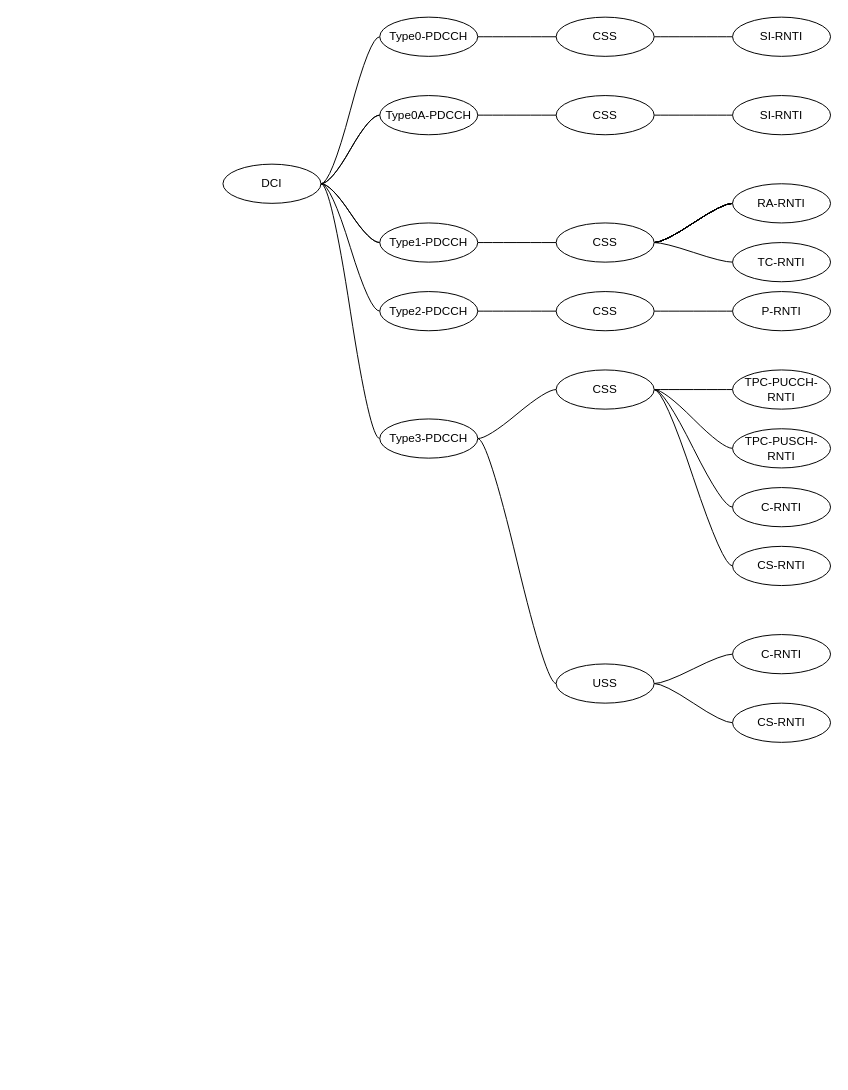
This is page "DCI" (9 of 15) of 1.drawio from wubobupt/drawio, a draw.io file, before an edit. Source tidied: cells renumbered, new cells numbered last; positions are measured from the earlier drawing's top-left corner, leaving out a move shared by most shapes. Both pictures are drawn from the tidied source at 98%, with x=0, y=0 at pixel (222, 17).
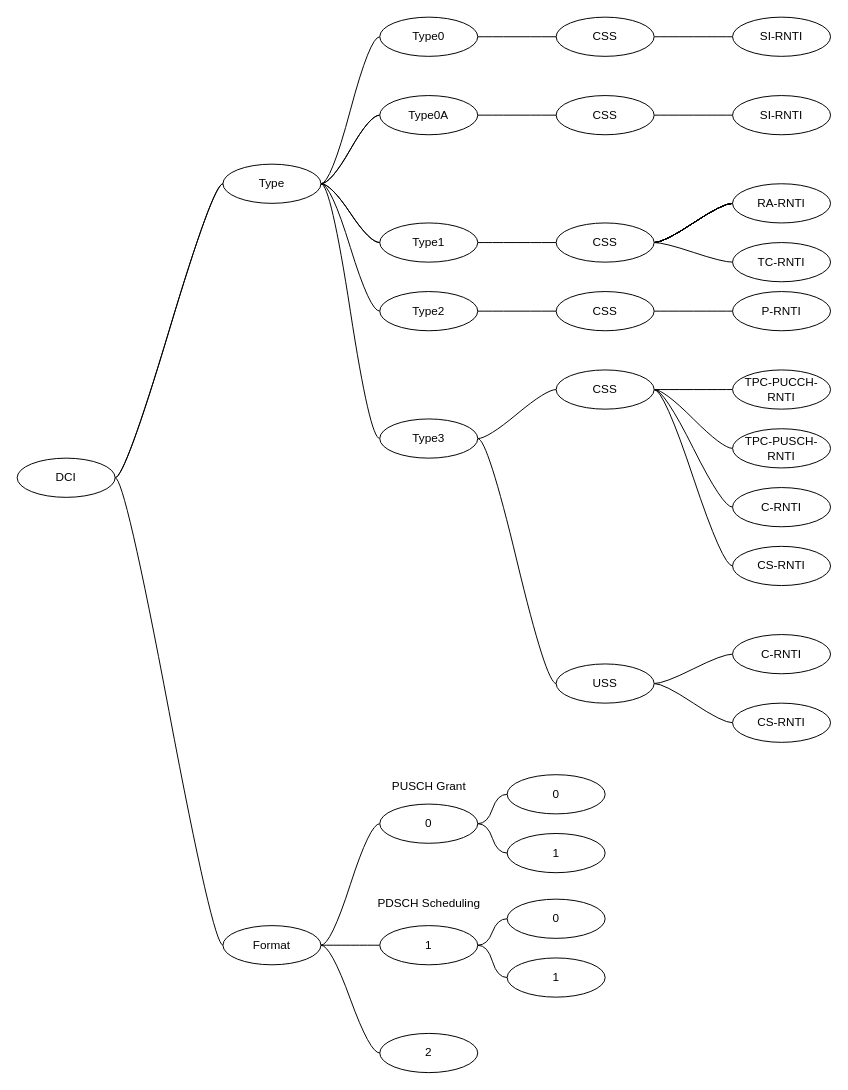
The same diagram, later.

The edit, as a diff of the source:
```diff
@@
+    <mxCell id="56" style="edgeStyle=entityRelationEdgeStyle;rounded=0;jettySize=auto;html=1;startArrow=none;endArrow=none;segment=10;curved=1;sourcePerimeterSpacing=0;targetPerimeterSpacing=0;" parent="1" edge="1" source="9" target="59">
+      <mxGeometry relative="1" as="geometry" />
+    </mxCell>
-    <mxCell id="9" value="DCI" style="ellipse;whiteSpace=wrap;html=1;align=center;newEdgeStyle={&quot;edgeStyle&quot;:&quot;entityRelationEdgeStyle&quot;,&quot;startArrow&quot;:&quot;none&quot;,&quot;endArrow&quot;:&quot;none&quot;,&quot;segment&quot;:10,&quot;curved&quot;:1,&quot;sourcePerimeterSpacing&quot;:0,&quot;targetPerimeterSpacing&quot;:0};" parent="1" vertex="1">
+    <mxCell id="9" value="Type" style="ellipse;whiteSpace=wrap;html=1;align=center;newEdgeStyle={&quot;edgeStyle&quot;:&quot;entityRelationEdgeStyle&quot;,&quot;startArrow&quot;:&quot;none&quot;,&quot;endArrow&quot;:&quot;none&quot;,&quot;segment&quot;:10,&quot;curved&quot;:1,&quot;sourcePerimeterSpacing&quot;:0,&quot;targetPerimeterSpacing&quot;:0};" parent="1" vertex="1">
       <mxGeometry y="150" width="100" height="40" as="geometry" />
     </mxCell>
@@
-    <mxCell id="11" value="Type0-PDCCH" style="ellipse;whiteSpace=wrap;html=1;align=center;newEdgeStyle={&quot;edgeStyle&quot;:&quot;entityRelationEdgeStyle&quot;,&quot;startArrow&quot;:&quot;none&quot;,&quot;endArrow&quot;:&quot;none&quot;,&quot;segment&quot;:10,&quot;curved&quot;:1,&quot;sourcePerimeterSpacing&quot;:0,&quot;targetPerimeterSpacing&quot;:0};" parent="1" vertex="1">
+    <mxCell id="11" value="Type0" style="ellipse;whiteSpace=wrap;html=1;align=center;newEdgeStyle={&quot;edgeStyle&quot;:&quot;entityRelationEdgeStyle&quot;,&quot;startArrow&quot;:&quot;none&quot;,&quot;endArrow&quot;:&quot;none&quot;,&quot;segment&quot;:10,&quot;curved&quot;:1,&quot;sourcePerimeterSpacing&quot;:0,&quot;targetPerimeterSpacing&quot;:0};" parent="1" vertex="1">
       <mxGeometry x="160" width="100" height="40" as="geometry" />
     </mxCell>
@@
-    <mxCell id="13" value="Type0A-PDCCH" style="ellipse;whiteSpace=wrap;html=1;align=center;newEdgeStyle={&quot;edgeStyle&quot;:&quot;entityRelationEdgeStyle&quot;,&quot;startArrow&quot;:&quot;none&quot;,&quot;endArrow&quot;:&quot;none&quot;,&quot;segment&quot;:10,&quot;curved&quot;:1,&quot;sourcePerimeterSpacing&quot;:0,&quot;targetPerimeterSpacing&quot;:0};" parent="1" vertex="1">
+    <mxCell id="13" value="Type0A" style="ellipse;whiteSpace=wrap;html=1;align=center;newEdgeStyle={&quot;edgeStyle&quot;:&quot;entityRelationEdgeStyle&quot;,&quot;startArrow&quot;:&quot;none&quot;,&quot;endArrow&quot;:&quot;none&quot;,&quot;segment&quot;:10,&quot;curved&quot;:1,&quot;sourcePerimeterSpacing&quot;:0,&quot;targetPerimeterSpacing&quot;:0};" parent="1" vertex="1">
       <mxGeometry x="160" y="80" width="100" height="40" as="geometry" />
     </mxCell>
@@
-    <mxCell id="15" value="Type1-PDCCH" style="ellipse;whiteSpace=wrap;html=1;align=center;newEdgeStyle={&quot;edgeStyle&quot;:&quot;entityRelationEdgeStyle&quot;,&quot;startArrow&quot;:&quot;none&quot;,&quot;endArrow&quot;:&quot;none&quot;,&quot;segment&quot;:10,&quot;curved&quot;:1,&quot;sourcePerimeterSpacing&quot;:0,&quot;targetPerimeterSpacing&quot;:0};" parent="1" vertex="1">
+    <mxCell id="15" value="Type1" style="ellipse;whiteSpace=wrap;html=1;align=center;newEdgeStyle={&quot;edgeStyle&quot;:&quot;entityRelationEdgeStyle&quot;,&quot;startArrow&quot;:&quot;none&quot;,&quot;endArrow&quot;:&quot;none&quot;,&quot;segment&quot;:10,&quot;curved&quot;:1,&quot;sourcePerimeterSpacing&quot;:0,&quot;targetPerimeterSpacing&quot;:0};" parent="1" vertex="1">
       <mxGeometry x="160" y="210" width="100" height="40" as="geometry" />
     </mxCell>
@@
-    <mxCell id="17" value="Type2-PDCCH" style="ellipse;whiteSpace=wrap;html=1;align=center;newEdgeStyle={&quot;edgeStyle&quot;:&quot;entityRelationEdgeStyle&quot;,&quot;startArrow&quot;:&quot;none&quot;,&quot;endArrow&quot;:&quot;none&quot;,&quot;segment&quot;:10,&quot;curved&quot;:1,&quot;sourcePerimeterSpacing&quot;:0,&quot;targetPerimeterSpacing&quot;:0};" parent="1" vertex="1">
+    <mxCell id="17" value="Type2" style="ellipse;whiteSpace=wrap;html=1;align=center;newEdgeStyle={&quot;edgeStyle&quot;:&quot;entityRelationEdgeStyle&quot;,&quot;startArrow&quot;:&quot;none&quot;,&quot;endArrow&quot;:&quot;none&quot;,&quot;segment&quot;:10,&quot;curved&quot;:1,&quot;sourcePerimeterSpacing&quot;:0,&quot;targetPerimeterSpacing&quot;:0};" parent="1" vertex="1">
       <mxGeometry x="160" y="280" width="100" height="40" as="geometry" />
     </mxCell>
@@
-    <mxCell id="20" value="Type3-PDCCH" style="ellipse;whiteSpace=wrap;html=1;align=center;newEdgeStyle={&quot;edgeStyle&quot;:&quot;entityRelationEdgeStyle&quot;,&quot;startArrow&quot;:&quot;none&quot;,&quot;endArrow&quot;:&quot;none&quot;,&quot;segment&quot;:10,&quot;curved&quot;:1,&quot;sourcePerimeterSpacing&quot;:0,&quot;targetPerimeterSpacing&quot;:0};" parent="1" vertex="1">
+    <mxCell id="20" value="Type3" style="ellipse;whiteSpace=wrap;html=1;align=center;newEdgeStyle={&quot;edgeStyle&quot;:&quot;entityRelationEdgeStyle&quot;,&quot;startArrow&quot;:&quot;none&quot;,&quot;endArrow&quot;:&quot;none&quot;,&quot;segment&quot;:10,&quot;curved&quot;:1,&quot;sourcePerimeterSpacing&quot;:0,&quot;targetPerimeterSpacing&quot;:0};" parent="1" vertex="1">
       <mxGeometry x="160" y="410" width="100" height="40" as="geometry" />
     </mxCell>
@@
+    <mxCell id="57" style="edgeStyle=entityRelationEdgeStyle;rounded=0;jettySize=auto;html=1;startArrow=none;endArrow=none;segment=10;curved=1;sourcePerimeterSpacing=0;targetPerimeterSpacing=0;" parent="1" edge="1" source="59" target="9">
+      <mxGeometry relative="1" as="geometry" />
+    </mxCell>
+    <mxCell id="58" style="edgeStyle=entityRelationEdgeStyle;rounded=0;jettySize=auto;html=1;startArrow=none;endArrow=none;segment=10;curved=1;sourcePerimeterSpacing=0;targetPerimeterSpacing=0;" parent="1" edge="1" source="59" target="63">
+      <mxGeometry relative="1" as="geometry" />
+    </mxCell>
+    <mxCell id="59" value="DCI" style="ellipse;whiteSpace=wrap;html=1;align=center;newEdgeStyle={&quot;edgeStyle&quot;:&quot;entityRelationEdgeStyle&quot;,&quot;startArrow&quot;:&quot;none&quot;,&quot;endArrow&quot;:&quot;none&quot;,&quot;segment&quot;:10,&quot;curved&quot;:1,&quot;sourcePerimeterSpacing&quot;:0,&quot;targetPerimeterSpacing&quot;:0};" parent="1" vertex="1">
+      <mxGeometry x="-210" y="450" width="100" height="40" as="geometry" />
+    </mxCell>
+    <mxCell id="60" style="edgeStyle=entityRelationEdgeStyle;rounded=0;jettySize=auto;html=1;startArrow=none;endArrow=none;segment=10;curved=1;sourcePerimeterSpacing=0;targetPerimeterSpacing=0;exitX=1;exitY=0.5;exitDx=0;exitDy=0;" parent="1" edge="1" source="63" target="66">
+      <mxGeometry relative="1" as="geometry" />
+    </mxCell>
+    <mxCell id="61" style="edgeStyle=entityRelationEdgeStyle;rounded=0;jettySize=auto;html=1;startArrow=none;endArrow=none;segment=10;curved=1;sourcePerimeterSpacing=0;targetPerimeterSpacing=0;" parent="1" edge="1" source="63" target="69">
+      <mxGeometry relative="1" as="geometry" />
+    </mxCell>
+    <mxCell id="62" style="edgeStyle=entityRelationEdgeStyle;rounded=0;jettySize=auto;html=1;startArrow=none;endArrow=none;segment=10;curved=1;sourcePerimeterSpacing=0;targetPerimeterSpacing=0;" parent="1" edge="1" source="63" target="70">
+      <mxGeometry relative="1" as="geometry" />
+    </mxCell>
+    <mxCell id="63" value="Format" style="ellipse;whiteSpace=wrap;html=1;align=center;newEdgeStyle={&quot;edgeStyle&quot;:&quot;entityRelationEdgeStyle&quot;,&quot;startArrow&quot;:&quot;none&quot;,&quot;endArrow&quot;:&quot;none&quot;,&quot;segment&quot;:10,&quot;curved&quot;:1,&quot;sourcePerimeterSpacing&quot;:0,&quot;targetPerimeterSpacing&quot;:0};" parent="1" vertex="1">
+      <mxGeometry y="927" width="100" height="40" as="geometry" />
+    </mxCell>
+    <mxCell id="64" style="edgeStyle=entityRelationEdgeStyle;rounded=0;jettySize=auto;html=1;startArrow=none;endArrow=none;segment=10;curved=1;sourcePerimeterSpacing=0;targetPerimeterSpacing=0;" parent="1" edge="1" source="66" target="71">
+      <mxGeometry relative="1" as="geometry" />
+    </mxCell>
+    <mxCell id="65" style="edgeStyle=entityRelationEdgeStyle;rounded=0;jettySize=auto;html=1;startArrow=none;endArrow=none;segment=10;curved=1;sourcePerimeterSpacing=0;targetPerimeterSpacing=0;" parent="1" edge="1" source="66" target="72">
+      <mxGeometry relative="1" as="geometry" />
+    </mxCell>
+    <mxCell id="66" value="0" style="ellipse;whiteSpace=wrap;html=1;align=center;newEdgeStyle={&quot;edgeStyle&quot;:&quot;entityRelationEdgeStyle&quot;,&quot;startArrow&quot;:&quot;none&quot;,&quot;endArrow&quot;:&quot;none&quot;,&quot;segment&quot;:10,&quot;curved&quot;:1,&quot;sourcePerimeterSpacing&quot;:0,&quot;targetPerimeterSpacing&quot;:0};" parent="1" vertex="1">
+      <mxGeometry x="160" y="803" width="100" height="40" as="geometry" />
+    </mxCell>
+    <mxCell id="67" style="edgeStyle=entityRelationEdgeStyle;rounded=0;jettySize=auto;html=1;startArrow=none;endArrow=none;segment=10;curved=1;sourcePerimeterSpacing=0;targetPerimeterSpacing=0;" parent="1" edge="1" source="69" target="73">
+      <mxGeometry relative="1" as="geometry" />
+    </mxCell>
+    <mxCell id="68" style="edgeStyle=entityRelationEdgeStyle;rounded=0;jettySize=auto;html=1;startArrow=none;endArrow=none;segment=10;curved=1;sourcePerimeterSpacing=0;targetPerimeterSpacing=0;" parent="1" edge="1" source="69" target="74">
+      <mxGeometry relative="1" as="geometry" />
+    </mxCell>
+    <mxCell id="69" value="1" style="ellipse;whiteSpace=wrap;html=1;align=center;newEdgeStyle={&quot;edgeStyle&quot;:&quot;entityRelationEdgeStyle&quot;,&quot;startArrow&quot;:&quot;none&quot;,&quot;endArrow&quot;:&quot;none&quot;,&quot;segment&quot;:10,&quot;curved&quot;:1,&quot;sourcePerimeterSpacing&quot;:0,&quot;targetPerimeterSpacing&quot;:0};" parent="1" vertex="1">
+      <mxGeometry x="160" y="927" width="100" height="40" as="geometry" />
+    </mxCell>
+    <mxCell id="70" value="2" style="ellipse;whiteSpace=wrap;html=1;align=center;newEdgeStyle={&quot;edgeStyle&quot;:&quot;entityRelationEdgeStyle&quot;,&quot;startArrow&quot;:&quot;none&quot;,&quot;endArrow&quot;:&quot;none&quot;,&quot;segment&quot;:10,&quot;curved&quot;:1,&quot;sourcePerimeterSpacing&quot;:0,&quot;targetPerimeterSpacing&quot;:0};" parent="1" vertex="1">
+      <mxGeometry x="160" y="1037" width="100" height="40" as="geometry" />
+    </mxCell>
+    <mxCell id="71" value="0" style="ellipse;whiteSpace=wrap;html=1;align=center;newEdgeStyle={&quot;edgeStyle&quot;:&quot;entityRelationEdgeStyle&quot;,&quot;startArrow&quot;:&quot;none&quot;,&quot;endArrow&quot;:&quot;none&quot;,&quot;segment&quot;:10,&quot;curved&quot;:1,&quot;sourcePerimeterSpacing&quot;:0,&quot;targetPerimeterSpacing&quot;:0};" parent="1" vertex="1">
+      <mxGeometry x="290" y="773" width="100" height="40" as="geometry" />
+    </mxCell>
+    <mxCell id="72" value="1" style="ellipse;whiteSpace=wrap;html=1;align=center;newEdgeStyle={&quot;edgeStyle&quot;:&quot;entityRelationEdgeStyle&quot;,&quot;startArrow&quot;:&quot;none&quot;,&quot;endArrow&quot;:&quot;none&quot;,&quot;segment&quot;:10,&quot;curved&quot;:1,&quot;sourcePerimeterSpacing&quot;:0,&quot;targetPerimeterSpacing&quot;:0};" parent="1" vertex="1">
+      <mxGeometry x="290" y="833" width="100" height="40" as="geometry" />
+    </mxCell>
+    <mxCell id="73" value="0" style="ellipse;whiteSpace=wrap;html=1;align=center;newEdgeStyle={&quot;edgeStyle&quot;:&quot;entityRelationEdgeStyle&quot;,&quot;startArrow&quot;:&quot;none&quot;,&quot;endArrow&quot;:&quot;none&quot;,&quot;segment&quot;:10,&quot;curved&quot;:1,&quot;sourcePerimeterSpacing&quot;:0,&quot;targetPerimeterSpacing&quot;:0};" parent="1" vertex="1">
+      <mxGeometry x="290" y="900" width="100" height="40" as="geometry" />
+    </mxCell>
+    <mxCell id="74" value="1" style="ellipse;whiteSpace=wrap;html=1;align=center;newEdgeStyle={&quot;edgeStyle&quot;:&quot;entityRelationEdgeStyle&quot;,&quot;startArrow&quot;:&quot;none&quot;,&quot;endArrow&quot;:&quot;none&quot;,&quot;segment&quot;:10,&quot;curved&quot;:1,&quot;sourcePerimeterSpacing&quot;:0,&quot;targetPerimeterSpacing&quot;:0};" parent="1" vertex="1">
+      <mxGeometry x="290" y="960" width="100" height="40" as="geometry" />
+    </mxCell>
+    <mxCell id="75" value="PUSCH Grant" style="text;html=1;align=center;verticalAlign=middle;strokeColor=none;fillColor=none;" parent="1" vertex="1">
+      <mxGeometry x="160" y="770" width="100" height="30" as="geometry" />
+    </mxCell>
+    <mxCell id="76" value="PDSCH Scheduling" style="text;html=1;align=center;verticalAlign=middle;strokeColor=none;fillColor=none;" parent="1" vertex="1">
+      <mxGeometry x="145" y="890" width="130" height="30" as="geometry" />
+    </mxCell>
```
